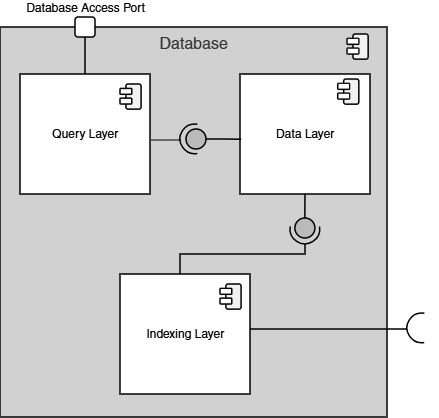
The draw.io diagram 04_QA_Review/Approved/Milestone_1_Component_Diagram/T1_Final_Subdiagram_Database_Component.drawio.png in JmmonJeremy/CareerBound-SDD, before a commit. Source tidied: cells renumbered, new cells last; positions are measured from the earlier drawing's top-left corner, leaving out a move shared by most shapes.
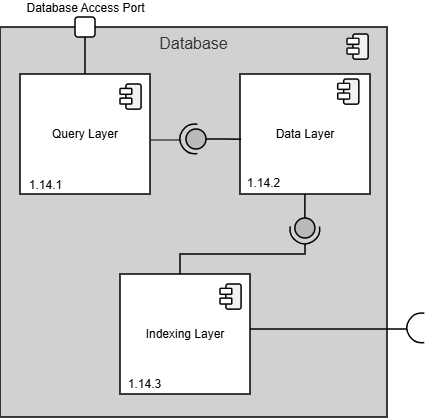
The same file after the commit.

What changed in the source:
```diff
@@ -18,7 +18,7 @@
       <mxGeometry y="14.1" width="11.8" height="5.9" as="geometry" />
     </mxCell>
     <mxCell id="7" style="group;strokeWidth=1.5;" parent="1" vertex="1">
-      <mxGeometry x="20" y="57" width="130" height="120" as="geometry" />
+      <mxGeometry x="20" y="57" width="130" height="124" as="geometry" />
     </mxCell>
     <mxCell id="8" value="Query Layer" style="html=1;whiteSpace=wrap;strokeWidth=1.5;" parent="7" vertex="1">
       <mxGeometry width="130" height="120" as="geometry" />
@@ -35,8 +35,11 @@
     <mxCell id="12" style="rounded=1;whiteSpace=wrap;html=1;strokeWidth=1.5;fillStyle=solid;fillColor=#FFFFFF;" parent="9" vertex="1">
       <mxGeometry y="14.1" width="11.8" height="5.9" as="geometry" />
     </mxCell>
+    <mxCell id="39" value="&lt;span style=&quot;font-weight: normal;&quot;&gt;1.14.1&lt;/span&gt;" style="text;align=center;fontStyle=1;verticalAlign=middle;spacingLeft=3;spacingRight=3;strokeColor=none;html=1;" parent="7" vertex="1">
+      <mxGeometry x="-15" y="98" width="80" height="26" as="geometry" />
+    </mxCell>
     <mxCell id="13" style="group;strokeWidth=1.5;" parent="1" vertex="1">
-      <mxGeometry x="240" y="57" width="130" height="120" as="geometry" />
+      <mxGeometry x="240" y="57" width="130" height="122" as="geometry" />
     </mxCell>
     <mxCell id="14" value="Data Layer" style="html=1;whiteSpace=wrap;strokeWidth=1.5;" parent="13" vertex="1">
       <mxGeometry width="130" height="120" as="geometry" />
@@ -53,6 +56,9 @@
     <mxCell id="18" style="rounded=1;whiteSpace=wrap;html=1;strokeWidth=1.5;fillStyle=solid;fillColor=#FFFFFF;" parent="15" vertex="1">
       <mxGeometry y="14.1" width="11.8" height="5.9" as="geometry" />
     </mxCell>
+    <mxCell id="40" value="&lt;span style=&quot;font-weight: normal;&quot;&gt;1.14.2&lt;/span&gt;" style="text;align=center;fontStyle=1;verticalAlign=middle;spacingLeft=3;spacingRight=3;strokeColor=none;html=1;" parent="13" vertex="1">
+      <mxGeometry x="-17" y="96" width="80" height="26" as="geometry" />
+    </mxCell>
     <mxCell id="19" style="group;rotation=90;" parent="1" vertex="1">
       <mxGeometry x="180" y="107" width="29.8" height="29.8" as="geometry" />
     </mxCell>
@@ -122,5 +128,8 @@
     <mxCell id="38" style="verticalLabelPosition=bottom;verticalAlign=top;html=1;shape=mxgraph.basic.arc;startAngle=0.22449849456214957;endAngle=0.7768001258780505;rounded=1;strokeWidth=1.5;rotation=-270;" parent="37" vertex="1">
       <mxGeometry width="29.8" height="29.8" as="geometry" />
     </mxCell>
+    <mxCell id="41" value="&lt;span style=&quot;font-weight: normal;&quot;&gt;1.14.3&lt;/span&gt;" style="text;align=center;fontStyle=1;verticalAlign=middle;spacingLeft=3;spacingRight=3;strokeColor=none;html=1;" parent="1" vertex="1">
+      <mxGeometry x="104" y="354" width="80" height="26" as="geometry" />
+    </mxCell>
   </root>
 </mxGraphModel>
```
